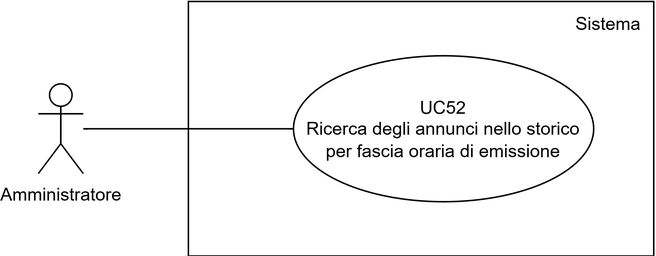
Before: assets/use_cases/UC52.png, a diagram exported from draw.io (SWEatUNIPD/docs). Source tidied: cells renumbered, new cells last; positions are measured from the earlier drawing's top-left corner, leaving out a move shared by most shapes. Source of this version:
```xml
<mxGraphModel>
  <root>
    <mxCell id="0" />
    <mxCell id="1" parent="0" />
    <mxCell id="2" style="rounded=0;whiteSpace=wrap;html=1;fillColor=none;" parent="1" vertex="1">
      <mxGeometry x="100" y="0.5" width="310" height="170" as="geometry" />
    </mxCell>
    <mxCell id="3" style="edgeStyle=orthogonalEdgeStyle;rounded=0;jettySize=auto;html=1;endArrow=none;endFill=0;" parent="1" edge="1" source="4" target="5">
      <mxGeometry relative="1" as="geometry" />
    </mxCell>
    <mxCell id="4" value="Amministratore" style="shape=umlActor;verticalLabelPosition=bottom;verticalAlign=top;html=1;outlineConnect=0;" parent="1" vertex="1">
      <mxGeometry y="55.5" width="30" height="60" as="geometry" />
    </mxCell>
    <mxCell id="5" value="UC52&lt;div&gt;Ricerca degli annunci nello storico per fascia oraria di emissione&lt;/div&gt;" style="ellipse;whiteSpace=wrap;html=1;fillColor=none;" parent="1" vertex="1">
      <mxGeometry x="170" y="36.8" width="200" height="97.5" as="geometry" />
    </mxCell>
    <mxCell id="6" value="Sistema" style="text;html=1;align=center;verticalAlign=middle;whiteSpace=wrap;rounded=0;" parent="1" vertex="1">
      <mxGeometry x="350" y="0.5" width="60" height="30" as="geometry" />
    </mxCell>
  </root>
</mxGraphModel>
```
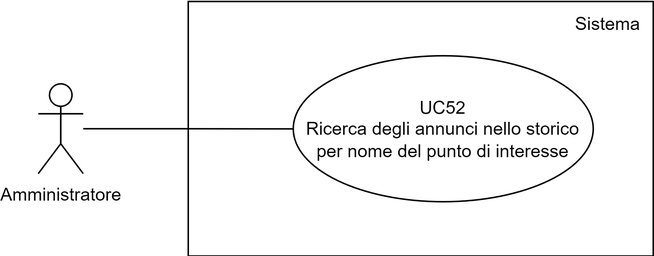
After the commit.

The edit, as a diff of the source:
```diff
@@ -11,7 +11,7 @@
     <mxCell id="4" value="Amministratore" style="shape=umlActor;verticalLabelPosition=bottom;verticalAlign=top;html=1;outlineConnect=0;" parent="1" vertex="1">
       <mxGeometry y="55.5" width="30" height="60" as="geometry" />
     </mxCell>
-    <mxCell id="5" value="UC52&lt;div&gt;Ricerca degli annunci nello storico per fascia oraria di emissione&lt;/div&gt;" style="ellipse;whiteSpace=wrap;html=1;fillColor=none;" parent="1" vertex="1">
+    <mxCell id="5" value="UC52&lt;div&gt;Ricerca degli annunci nello storico per nome del punto di interesse&lt;/div&gt;" style="ellipse;whiteSpace=wrap;html=1;fillColor=none;" parent="1" vertex="1">
       <mxGeometry x="170" y="36.8" width="200" height="97.5" as="geometry" />
     </mxCell>
     <mxCell id="6" value="Sistema" style="text;html=1;align=center;verticalAlign=middle;whiteSpace=wrap;rounded=0;" parent="1" vertex="1">
```
